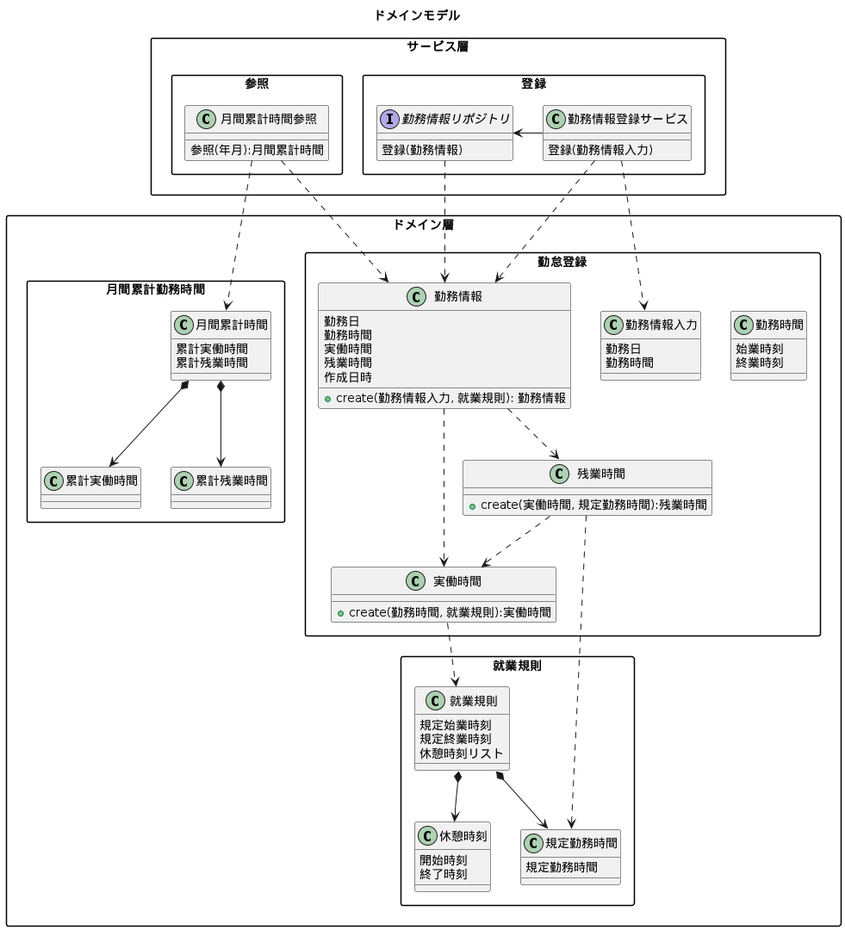
Before: etc/design/domainmodel/kintai.png, a diagram exported from PlantUML (biglobe-isp/kintai).
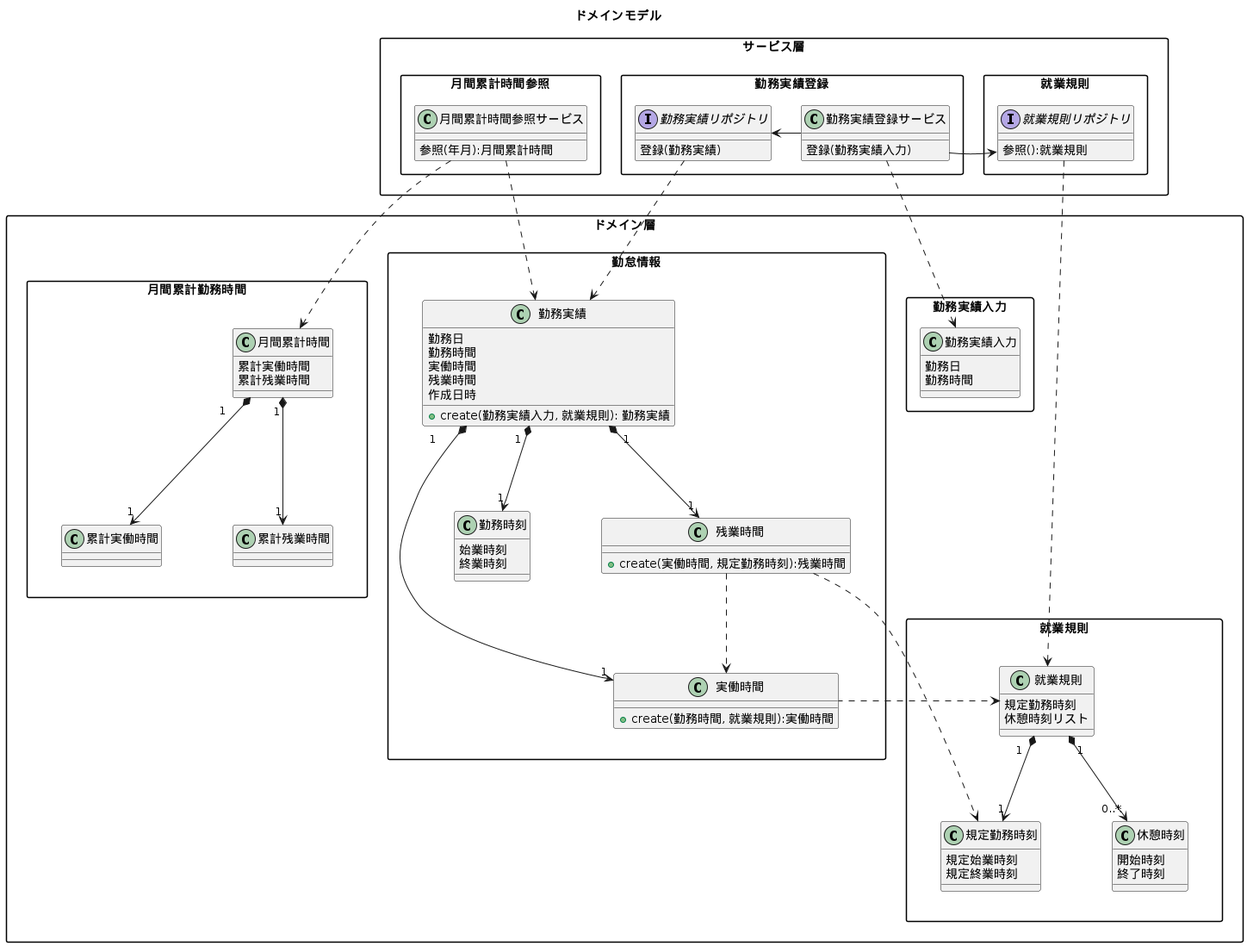
The same file after the commit.

What changed in the source:
```diff
@@ -2,31 +2,52 @@
 skinparam PackageStyle rectangle
 title ドメインモデル
 
+
 package サービス層 {
-  package 登録 {
-    class 勤務情報登録サービス {
-      登録(勤務情報入力)
+  package 勤務実績登録 {
+    class 勤務実績登録サービス {
+      登録(勤務実績入力)
     }
 
 
-    interface 勤務情報リポジトリ {
-      登録(勤務情報)
+    interface 勤務実績リポジトリ {
+      登録(勤務実績)
     }
   }
 
-  package 参照 {
-    class 月間累計時間参照 {
+  package 就業規則 as サービス{
+    interface 就業規則リポジトリ {
+      参照():就業規則
+    }
+  }
+
+  package 月間累計時間参照 {
+    class 月間累計時間参照サービス {
       参照(年月):月間累計時間
     }
   }
 }
 
 package ドメイン層 {
-  package 勤怠登録 {
+  package 勤怠情報 {
 
-    class 勤務時間 {
+    class 勤務時刻 {
       始業時刻
       終業時刻
+    }
+
+
+
+    class 勤務実績 {
+      勤務日
+      勤務時間
+      実働時間
+      残業時間
+      作成日時
+    }
+
+    class 勤務実績 {
+      + create(勤務実績入力, 就業規則): 勤務実績
     }
 
     class 実働時間 {
@@ -34,25 +55,7 @@
     }
 
     class 残業時間 {
-      + create(実働時間, 規定勤務時間):残業時間
-    }
-
-
-    class 勤務情報 {
-      勤務日
-      勤務時間
-      実働時間
-      残業時間
-      作成日時
-    }
-
-    class 勤務情報 {
-      + create(勤務情報入力, 就業規則): 勤務情報
-    }
-
-    class 勤務情報入力 {
-      勤務日
-      勤務時間
+      + create(実働時間, 規定勤務時刻):残業時間
     }
 
 
@@ -62,18 +65,26 @@
 
   package 就業規則 {
     class 就業規則 {
-      規定始業時刻
-      規定終業時刻
+      規定勤務時刻
       休憩時刻リスト
     }
 
-    class 規定勤務時間 {
-      規定勤務時間
+    class 規定勤務時刻 {
+      規定始業時刻
+      規定終業時刻
     }
 
     class 休憩時刻 {
       開始時刻
       終了時刻
+    }
+
+  }
+
+  package 勤務実績入力 {
+    class 勤務実績入力 {
+      勤務日
+      勤務時間
     }
   }
 
@@ -87,26 +98,31 @@
     class 累計実働時間 {}
     class 累計残業時間 {}
   }
+
 }
 
 
-勤務情報登録サービス ..> 勤務情報
-勤務情報登録サービス ..> 勤務情報入力
-勤務情報登録サービス -> 勤務情報リポジトリ
-勤務情報リポジトリ ..> 勤務情報
+勤務実績登録サービス ..> 勤務実績入力
+勤務実績登録サービス -> 勤務実績リポジトリ
+勤務実績リポジトリ ..> 勤務実績
 
-勤務情報 ..> 実働時間
-勤務情報 ..> 残業時間
+勤務実績登録サービス -> 就業規則リポジトリ
+就業規則リポジトリ ..> 就業規則
 
-月間累計時間参照 ..> 月間累計時間
-月間累計時間参照 ..> 勤務情報
-月間累計時間 *--> 累計実働時間
-月間累計時間 *--> 累計残業時間
+勤務実績 "1" *--> "1" 実働時間
+勤務実績 "1" *--> "1" 残業時間
+勤務実績 "1" *--> "1" 勤務時刻
 
-就業規則 *--> 休憩時刻
-就業規則 *--> 規定勤務時間
-実働時間 ..> 就業規則
+月間累計時間参照サービス ..> 月間累計時間
+月間累計時間参照サービス ..> 勤務実績
+月間累計時間 "1" *--> "1" 累計実働時間
+月間累計時間 "1" *--> "1" 累計残業時間
+
+就業規則 "1" *--> "0..*" 休憩時刻
+就業規則 "1" *--> "1" 規定勤務時刻
+
+実働時間 ..l> 就業規則
 残業時間 ..> 実働時間
-残業時間 ..> 規定勤務時間
+残業時間 ..> 規定勤務時刻
 
 @enduml
```
